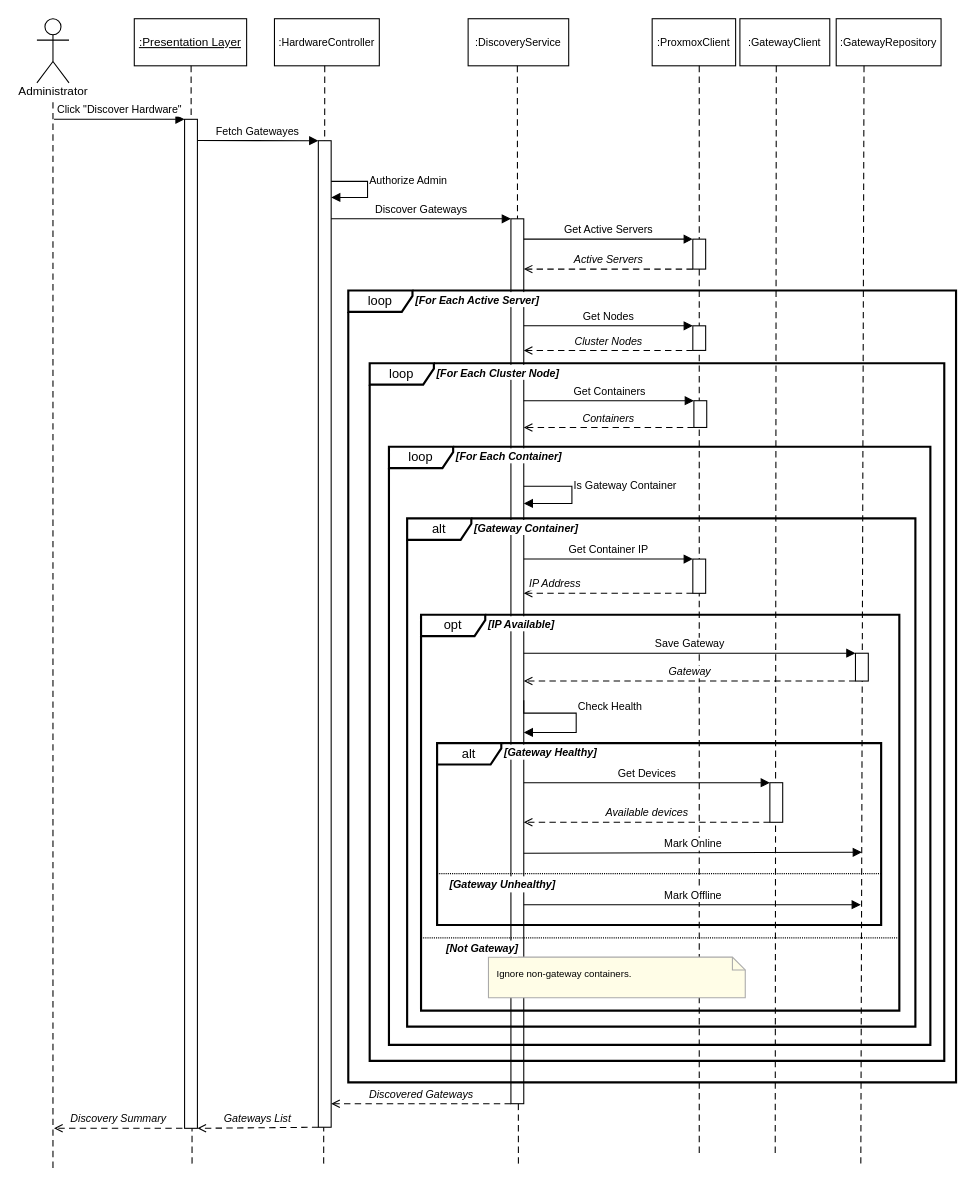
Before: page "Copy of Discover Gateway Node" (9 of 12) of internshipReport/plantuml/Sequence Diagram.drawio in AbdelazizBarhoumi/iot_reap, a draw.io diagram. Source tidied: cells renumbered, new cells numbered last; positions are measured from the earlier drawing's top-left corner, leaving out a move shared by most shapes. Both pictures are drawn from the tidied source at 107%, with x=0, y=0 at pixel (36, 18).
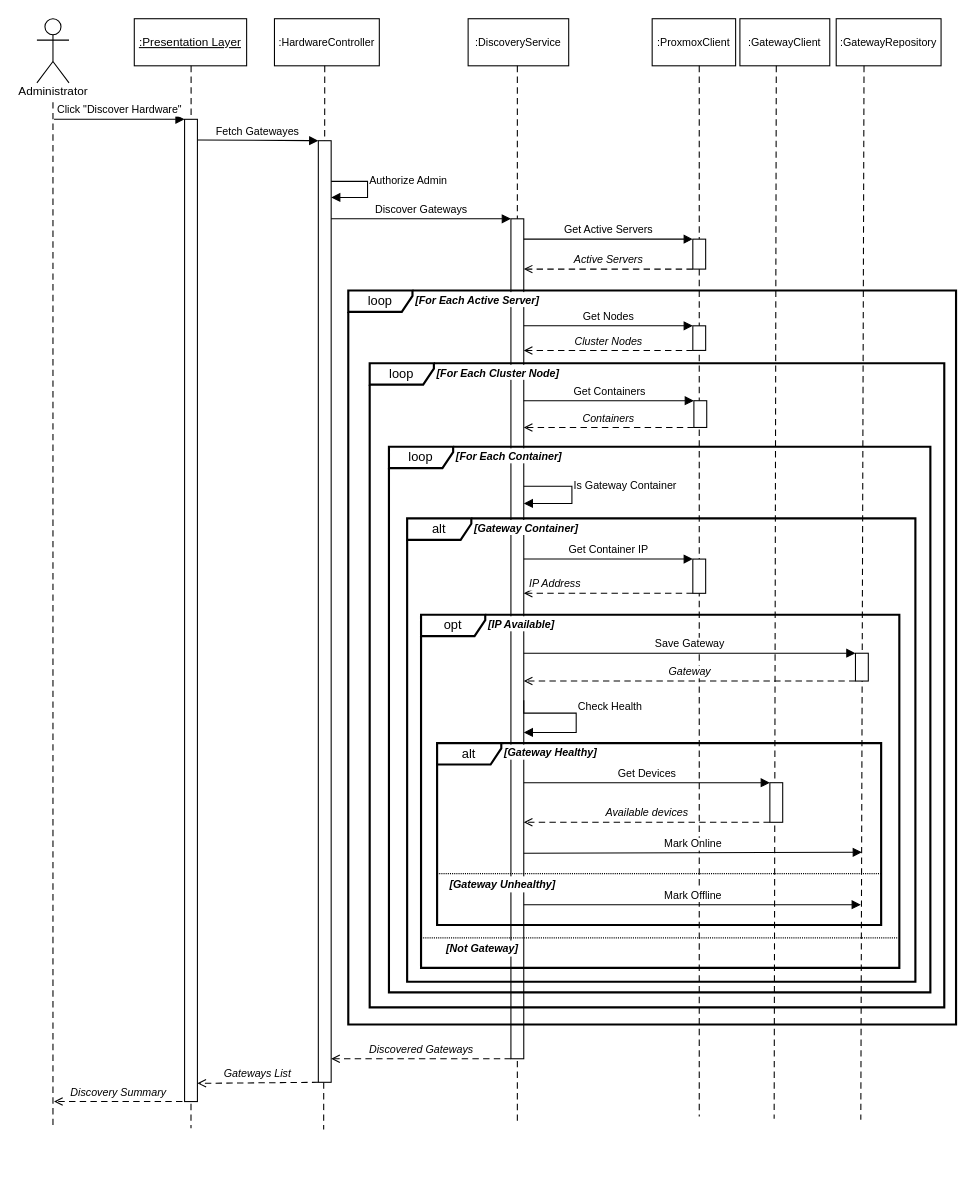
The same page after the edit.

Commit message (it also covers changes not shown here):
fix: adjust positioning and dimensions in Sequence Diagram for better alignment and readability

What changed in the source:
```diff
@@
     <mxCell id="7" style="endArrow=none;dashed=1;dashPattern=6 4;strokeColor=#000000;strokeWidth=1;" parent="1" edge="1">
       <mxGeometry relative="1" as="geometry">
         <mxPoint x="15" y="78" as="sourcePoint" />
-        <mxPoint x="15" y="1078" as="targetPoint" />
+        <mxPoint x="15" y="1034" as="targetPoint" />
       </mxGeometry>
     </mxCell>
     <mxCell id="8" style="endArrow=none;dashed=1;dashPattern=6 4;strokeColor=#000000;strokeWidth=1;" parent="1" edge="1">
       <mxGeometry relative="1" as="geometry">
         <mxPoint x="269" y="44" as="sourcePoint" />
-        <mxPoint x="268" y="1074" as="targetPoint" />
+        <mxPoint x="268" y="1038" as="targetPoint" />
       </mxGeometry>
     </mxCell>
     <mxCell id="9" style="endArrow=none;dashed=1;dashPattern=6 4;strokeColor=#000000;strokeWidth=1;" parent="1" edge="1">
       <mxGeometry relative="1" as="geometry">
         <mxPoint x="449" y="44" as="sourcePoint" />
-        <mxPoint x="450" y="1074" as="targetPoint" />
+        <mxPoint x="449" y="1034" as="targetPoint" />
       </mxGeometry>
     </mxCell>
     <mxCell id="10" style="endArrow=none;dashed=1;dashPattern=6 4;strokeColor=#000000;strokeWidth=1;" parent="1" edge="1">
       <mxGeometry relative="1" as="geometry">
         <mxPoint x="619" y="44" as="sourcePoint" />
-        <mxPoint x="619" y="1064" as="targetPoint" />
+        <mxPoint x="619" y="1026" as="targetPoint" />
       </mxGeometry>
     </mxCell>
     <mxCell id="11" style="endArrow=none;dashed=1;dashPattern=6 4;strokeColor=#000000;strokeWidth=1;" parent="1" edge="1">
       <mxGeometry relative="1" as="geometry">
         <mxPoint x="691" y="44" as="sourcePoint" />
-        <mxPoint x="690" y="1064" as="targetPoint" />
+        <mxPoint x="689" y="1028" as="targetPoint" />
       </mxGeometry>
     </mxCell>
     <mxCell id="12" style="endArrow=none;dashed=1;dashPattern=6 4;strokeColor=#000000;strokeWidth=1;" parent="1" edge="1">
       <mxGeometry relative="1" as="geometry">
         <mxPoint x="773" y="44" as="sourcePoint" />
-        <mxPoint x="770" y="1074" as="targetPoint" />
+        <mxPoint x="770" y="1029" as="targetPoint" />
       </mxGeometry>
     </mxCell>
     <mxCell id="13" style="rounded=0;fillColor=#ffffff;strokeColor=#000000;strokeWidth=1;" parent="1" vertex="1">
-      <mxGeometry x="263" y="114" width="12" height="922" as="geometry" />
+      <mxGeometry x="263" y="114" width="12" height="880" as="geometry" />
     </mxCell>
     <mxCell id="14" style="rounded=0;fillColor=#ffffff;strokeColor=#000000;strokeWidth=1;" parent="1" vertex="1">
-      <mxGeometry x="443" y="187" width="12" height="827" as="geometry" />
+      <mxGeometry x="443" y="187" width="12" height="785" as="geometry" />
     </mxCell>
@@
     <mxCell id="38" value="Discovered Gateways" style="endArrow=open;endFill=0;dashed=1;dashPattern=6 4;strokeColor=#000000;fontSize=10;html=1;fontStyle=2;align=center;verticalAlign=bottom;" parent="1" edge="1">
       <mxGeometry relative="1" as="geometry">
-        <mxPoint x="443" y="1014" as="sourcePoint" />
-        <mxPoint x="275" y="1014" as="targetPoint" />
+        <mxPoint x="443" y="972" as="sourcePoint" />
+        <mxPoint x="275" y="972" as="targetPoint" />
       </mxGeometry>
     </mxCell>
-    <mxCell id="39" value="Gateways List" style="endArrow=open;endFill=0;dashed=1;dashPattern=6 4;strokeColor=#000000;fontSize=10;html=1;fontStyle=2;align=center;verticalAlign=bottom;entryX=1;entryY=1;entryDx=0;entryDy=0;" parent="1" edge="1" target="61">
+    <mxCell id="39" value="Gateways List" style="endArrow=open;endFill=0;dashed=1;dashPattern=6 4;strokeColor=#000000;fontSize=10;html=1;fontStyle=2;align=center;verticalAlign=bottom;entryX=1;entryY=1;entryDx=0;entryDy=0;" parent="1" edge="1">
       <mxGeometry relative="1" as="geometry">
-        <mxPoint x="263" y="1036" as="sourcePoint" />
+        <mxPoint x="263" y="994" as="sourcePoint" />
+        <mxPoint x="150" y="995" as="targetPoint" />
       </mxGeometry>
     </mxCell>
@@
     <mxCell id="41" value="loop" style="shape=umlFrame;whiteSpace=wrap;html=1;width=60;height=20;strokeWidth=2;" parent="1" vertex="1">
-      <mxGeometry x="291" y="254" width="568" height="740" as="geometry" />
+      <mxGeometry x="291" y="254" width="568" height="686" as="geometry" />
     </mxCell>
@@
     <mxCell id="43" value="loop" style="shape=umlFrame;whiteSpace=wrap;html=1;width=60;height=20;strokeWidth=2;" parent="41" vertex="1">
-      <mxGeometry x="20" y="68" width="537" height="652" as="geometry" />
+      <mxGeometry x="20" y="68" width="537" height="602" as="geometry" />
     </mxCell>
@@
     <mxCell id="47" value="loop" style="shape=umlFrame;whiteSpace=wrap;html=1;width=60;height=20;strokeWidth=2;" parent="1" vertex="1">
-      <mxGeometry x="329" y="400" width="506" height="559" as="geometry" />
+      <mxGeometry x="329" y="400" width="506" height="510" as="geometry" />
     </mxCell>
@@
     <mxCell id="49" value="alt" style="shape=umlFrame;whiteSpace=wrap;html=1;width=60;height=20;strokeWidth=2;labelBackgroundColor=default;" parent="47" vertex="1">
-      <mxGeometry x="17" y="67" width="475" height="475" as="geometry" />
+      <mxGeometry x="17" y="67" width="475" height="433" as="geometry" />
     </mxCell>
@@
-    <mxCell id="51" value="Ignore non-gateway containers." style="shape=note;whiteSpace=wrap;html=1;backgroundOutline=1;fontSize=9;fillColor=#fffde7;strokeColor=#aaaaaa;align=left;verticalAlign=top;spacingLeft=6;spacingTop=4;size=12;" parent="49" vertex="1">
-      <mxGeometry x="76" y="410" width="240" height="38" as="geometry" />
-    </mxCell>
     <mxCell id="52" value="opt" style="shape=umlFrame;whiteSpace=wrap;html=1;width=60;height=20;strokeWidth=2;labelBackgroundColor=default;" parent="49" vertex="1">
-      <mxGeometry x="13" y="90" width="447" height="370" as="geometry" />
+      <mxGeometry x="13" y="90" width="447" height="330" as="geometry" />
     </mxCell>
@@
     <mxCell id="60" style="endArrow=none;dashed=1;dashPattern=6 4;strokeColor=#000000;strokeWidth=1;exitX=0.477;exitY=1.001;exitDx=0;exitDy=0;exitPerimeter=0;" parent="1" edge="1">
       <mxGeometry relative="1" as="geometry">
         <mxPoint x="144.1" y="44" as="sourcePoint" />
-        <mxPoint x="145" y="1074" as="targetPoint" />
+        <mxPoint x="144" y="1037" as="targetPoint" />
       </mxGeometry>
     </mxCell>
     <mxCell id="61" style="rounded=0;fillColor=#ffffff;strokeColor=#000000;strokeWidth=1;" parent="1" vertex="1">
-      <mxGeometry x="138" y="94" width="12" height="943" as="geometry" />
+      <mxGeometry x="138" y="94" width="12" height="918" as="geometry" />
     </mxCell>
@@
     <mxCell id="63" value="Discovery Summary" style="endArrow=open;endFill=0;dashed=1;dashPattern=6 4;strokeColor=#000000;fontSize=10;html=1;fontStyle=2;align=center;verticalAlign=bottom;" parent="1" edge="1">
       <mxGeometry relative="1" as="geometry">
-        <mxPoint x="136" y="1037" as="sourcePoint" />
-        <mxPoint x="16" y="1037" as="targetPoint" />
+        <mxPoint x="136" y="1012" as="sourcePoint" />
+        <mxPoint x="16" y="1012" as="targetPoint" />
       </mxGeometry>
     </mxCell>
```
